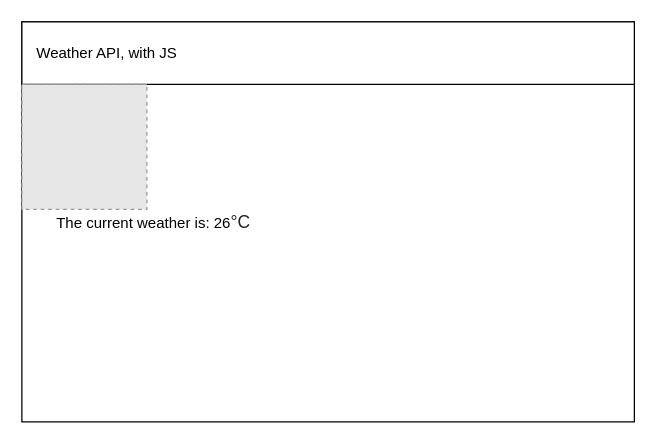
Above: design/storyboard.drawio in zaida-hammel/ICS2O-Unit6-03-JS (draw.io), before the change. Source tidied: cells renumbered, new cells numbered last; positions are measured from the earlier drawing's top-left corner, leaving out a move shared by most shapes. Both pictures are drawn from the tidied source at 125%, with x=0, y=0 at pixel (21, 21). Pictures stored in the file or linked from it are replaced by grey dashed boxes.
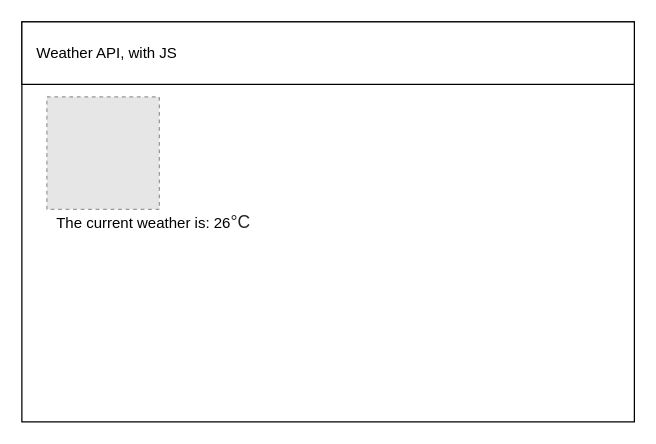
The same diagram, later.

The edit, as a diff of the source:
```diff
@@
 <mxGraphModel>
   <root>
     <mxCell id="0" />
     <mxCell id="1" parent="0" />
     <mxCell id="2" style="rounded=0;whiteSpace=wrap;html=1;" parent="1" vertex="1">
       <mxGeometry width="490" height="320" as="geometry" />
     </mxCell>
     <mxCell id="3" value="&amp;nbsp; &amp;nbsp;Weather API, with JS" style="rounded=0;whiteSpace=wrap;html=1;align=left;" parent="1" vertex="1">
       <mxGeometry width="490" height="50" as="geometry" />
     </mxCell>
-    <mxCell id="4" style="fillColor=#E6E6E6;strokeColor=#999999;dashed=1;verticalLabelPosition=bottom;labelBackgroundColor=#ffffff;verticalAlign=top;" parent="1" vertex="1">
-      <mxGeometry y="50" width="100" height="100" as="geometry" />
-    </mxCell>
     <mxCell id="5" value="The current weather is: 26&lt;span style=&quot;color: rgba(0 , 0 , 0 , 0.87) ; font-family: &amp;#34;helvetica&amp;#34; , &amp;#34;arial&amp;#34; , sans-serif ; font-size: 14px&quot;&gt;°C&lt;/span&gt;" style="text;html=1;align=center;verticalAlign=middle;strokeColor=none;fillColor=none;" parent="1" vertex="1">
       <mxGeometry x="20" y="150" width="170" height="20" as="geometry" />
     </mxCell>
+    <mxCell id="6" style="fillColor=#E6E6E6;strokeColor=#999999;dashed=1;verticalLabelPosition=bottom;labelBackgroundColor=#ffffff;verticalAlign=top;" parent="1" vertex="1">
+      <mxGeometry x="20" y="60" width="90" height="90" as="geometry" />
+    </mxCell>
   </root>
 </mxGraphModel>
```
